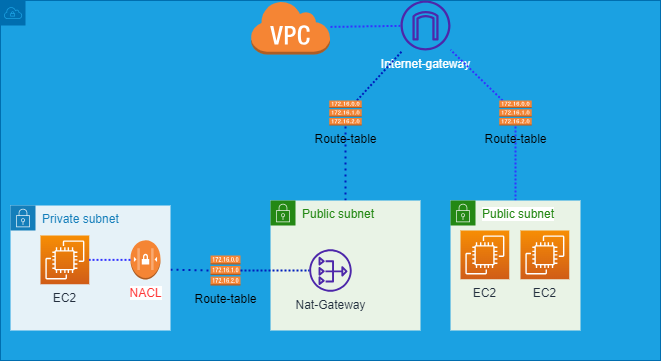
Earlier version of the draw.io export Full Deployment/aws.drawio.png (EzioDEVio/terraform-functions-tutorial). Source tidied: cells renumbered, new cells last; positions are measured from the earlier drawing's top-left corner, leaving out a move shared by most shapes.
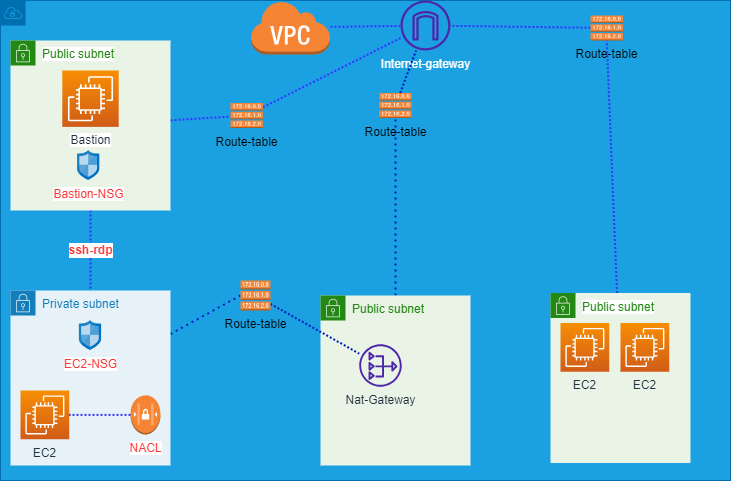
After the change.

Change to the diagram source:
```diff
@@ -3,7 +3,7 @@
     <mxCell id="0" />
     <mxCell id="1" parent="0" />
     <mxCell id="2" style="html=1;whiteSpace=wrap;fontSize=12;fontStyle=0;shape=mxgraph.aws4.group;grIcon=mxgraph.aws4.group_vpc;strokeColor=#006EAF;fillColor=#1ba1e2;verticalAlign=top;align=left;spacingLeft=30;dashed=0;fontColor=#ffffff;" parent="1" vertex="1">
-      <mxGeometry width="660" height="360" as="geometry" />
+      <mxGeometry width="730" height="480" as="geometry" />
     </mxCell>
     <mxCell id="3" style="edgeStyle=none;sketch=0;html=1;dashed=1;dashPattern=1 1;strokeWidth=2;fontColor=#FFFFFF;endArrow=none;endFill=0;strokeColor=#3333FF;" parent="2" edge="1" source="4" target="17">
       <mxGeometry relative="1" as="geometry" />
@@ -15,7 +15,7 @@
       <mxGeometry relative="1" as="geometry" />
     </mxCell>
     <mxCell id="6" value="Public subnet" style="points=[[0,0],[0.25,0],[0.5,0],[0.75,0],[1,0],[1,0.25],[1,0.5],[1,0.75],[1,1],[0.75,1],[0.5,1],[0.25,1],[0,1],[0,0.75],[0,0.5],[0,0.25]];outlineConnect=0;gradientColor=none;html=1;whiteSpace=wrap;fontSize=12;fontStyle=0;shape=mxgraph.aws4.group;grIcon=mxgraph.aws4.group_security_group;grStroke=0;strokeColor=#248814;fillColor=#E9F3E6;verticalAlign=top;align=left;spacingLeft=30;fontColor=#248814;dashed=0;" parent="2" vertex="1">
-      <mxGeometry x="270" y="200" width="150" height="130" as="geometry" />
+      <mxGeometry x="320" y="295" width="150" height="170" as="geometry" />
     </mxCell>
     <mxCell id="7" value="Nat-Gateway" style="sketch=0;outlineConnect=0;fontColor=#232F3E;gradientColor=none;fillColor=#4D27AA;strokeColor=none;dashed=0;verticalLabelPosition=bottom;verticalAlign=top;align=center;html=1;fontSize=12;fontStyle=0;shape=mxgraph.aws4.nat_gateway;" parent="6" vertex="1">
       <mxGeometry x="38.8" y="48.8" width="42.5" height="42.5" as="geometry" />
@@ -24,28 +24,31 @@
       <mxGeometry relative="1" as="geometry" />
     </mxCell>
     <mxCell id="9" value="Private subnet" style="points=[[0,0],[0.25,0],[0.5,0],[0.75,0],[1,0],[1,0.25],[1,0.5],[1,0.75],[1,1],[0.75,1],[0.5,1],[0.25,1],[0,1],[0,0.75],[0,0.5],[0,0.25]];outlineConnect=0;gradientColor=none;html=1;whiteSpace=wrap;fontSize=12;fontStyle=0;shape=mxgraph.aws4.group;grIcon=mxgraph.aws4.group_security_group;grStroke=0;strokeColor=#147EBA;fillColor=#E6F2F8;verticalAlign=top;align=left;spacingLeft=30;fontColor=#147EBA;dashed=0;" parent="2" vertex="1">
-      <mxGeometry x="10" y="205" width="160" height="125" as="geometry" />
+      <mxGeometry x="10" y="290" width="160" height="175" as="geometry" />
     </mxCell>
     <mxCell id="10" value="EC2" style="sketch=0;points=[[0,0,0],[0.25,0,0],[0.5,0,0],[0.75,0,0],[1,0,0],[0,1,0],[0.25,1,0],[0.5,1,0],[0.75,1,0],[1,1,0],[0,0.25,0],[0,0.5,0],[0,0.75,0],[1,0.25,0],[1,0.5,0],[1,0.75,0]];outlineConnect=0;fontColor=#232F3E;gradientColor=#F78E04;gradientDirection=north;fillColor=#D05C17;strokeColor=#ffffff;dashed=0;verticalLabelPosition=bottom;verticalAlign=top;align=center;html=1;fontSize=12;fontStyle=0;shape=mxgraph.aws4.resourceIcon;resIcon=mxgraph.aws4.ec2;" parent="9" vertex="1">
-      <mxGeometry x="30" y="30" width="48.8" height="48.8" as="geometry" />
+      <mxGeometry x="10" y="100" width="48.8" height="48.8" as="geometry" />
     </mxCell>
     <mxCell id="11" style="edgeStyle=none;sketch=0;html=1;dashed=1;dashPattern=1 1;strokeColor=#3333FF;strokeWidth=2;fontColor=#FFFFFF;endArrow=none;endFill=0;" parent="9" edge="1" source="12" target="10">
       <mxGeometry relative="1" as="geometry" />
     </mxCell>
     <mxCell id="12" value="&lt;font style=&quot;background-color: rgb(255, 255, 255);&quot; color=&quot;#ff3333&quot;&gt;NACL&lt;/font&gt;" style="outlineConnect=0;dashed=0;verticalLabelPosition=bottom;verticalAlign=top;align=center;html=1;shape=mxgraph.aws3.network_access_controllist;fillColor=#F58534;gradientColor=none;labelBackgroundColor=#000000;fontColor=#FFFFFF;" parent="9" vertex="1">
-      <mxGeometry x="120" y="34.7" width="30" height="39.4" as="geometry" />
+      <mxGeometry x="120" y="104.7" width="30" height="39.4" as="geometry" />
     </mxCell>
+    <mxCell id="24" value="EC2-NSG" style="sketch=0;html=1;align=center;image;fontSize=12;image=img/lib/mscae/Network_Security_Groups_Classic.svg;labelBackgroundColor=#FFFFFF;fontColor=#FF3333;gradientColor=default;" parent="9" vertex="1">
+      <mxGeometry x="68.9" y="30" width="22.2" height="30" as="geometry" />
+    </mxCell>
     <mxCell id="13" style="edgeStyle=none;html=1;dashed=1;dashPattern=1 1;strokeWidth=2;fillColor=#0050ef;strokeColor=#001DBC;endArrow=none;endFill=0;" parent="2" edge="1" source="14" target="4">
       <mxGeometry relative="1" as="geometry" />
     </mxCell>
     <mxCell id="14" value="Route-table" style="outlineConnect=0;dashed=0;verticalLabelPosition=bottom;verticalAlign=top;align=center;html=1;shape=mxgraph.aws3.route_table;fillColor=#F58536;gradientColor=none;" parent="2" vertex="1">
-      <mxGeometry x="328.8" y="100" width="32.5" height="25" as="geometry" />
+      <mxGeometry x="378.8" y="92.5" width="32.5" height="25" as="geometry" />
     </mxCell>
     <mxCell id="15" style="edgeStyle=none;html=1;dashed=1;dashPattern=1 1;strokeWidth=2;fillColor=#0050ef;strokeColor=#001DBC;endArrow=none;endFill=0;" parent="2" edge="1" source="16" target="7">
       <mxGeometry relative="1" as="geometry" />
     </mxCell>
     <mxCell id="16" value="Route-table" style="outlineConnect=0;dashed=0;verticalLabelPosition=bottom;verticalAlign=top;align=center;html=1;shape=mxgraph.aws3.route_table;fillColor=#F58536;gradientColor=none;" parent="2" vertex="1">
-      <mxGeometry x="210" y="255" width="30" height="30" as="geometry" />
+      <mxGeometry x="240" y="280" width="30" height="30" as="geometry" />
     </mxCell>
     <mxCell id="17" style="outlineConnect=0;dashed=0;verticalLabelPosition=bottom;verticalAlign=top;align=center;html=1;shape=mxgraph.aws3.virtual_private_cloud;fillColor=#F58534;gradientColor=none;labelBackgroundColor=#000000;fontColor=#FFFFFF;" parent="2" vertex="1">
       <mxGeometry x="250" width="79.5" height="54" as="geometry" />
@@ -54,7 +57,7 @@
       <mxGeometry relative="1" as="geometry" />
     </mxCell>
     <mxCell id="19" value="&lt;span style=&quot;background-color: rgb(255, 255, 255);&quot;&gt;Public subnet&lt;/span&gt;" style="points=[[0,0],[0.25,0],[0.5,0],[0.75,0],[1,0],[1,0.25],[1,0.5],[1,0.75],[1,1],[0.75,1],[0.5,1],[0.25,1],[0,1],[0,0.75],[0,0.5],[0,0.25]];outlineConnect=0;gradientColor=none;html=1;whiteSpace=wrap;fontSize=12;fontStyle=0;shape=mxgraph.aws4.group;grIcon=mxgraph.aws4.group_security_group;grStroke=0;strokeColor=#248814;fillColor=#E9F3E6;verticalAlign=top;align=left;spacingLeft=30;fontColor=#248814;dashed=0;labelBackgroundColor=#000000;" parent="2" vertex="1">
-      <mxGeometry x="450" y="200" width="130" height="130" as="geometry" />
+      <mxGeometry x="550" y="292.5" width="140" height="170" as="geometry" />
     </mxCell>
     <mxCell id="20" value="EC2" style="sketch=0;fontColor=#232F3E;gradientColor=#F78E04;gradientDirection=north;fillColor=#D05C17;strokeColor=#ffffff;dashed=0;verticalLabelPosition=bottom;verticalAlign=top;align=center;html=1;fontSize=12;fontStyle=0;shape=mxgraph.aws4.resourceIcon;resIcon=mxgraph.aws4.ec2;" parent="19" vertex="1">
       <mxGeometry x="70" y="30" width="48.8" height="48.8" as="geometry" />
@@ -66,7 +69,28 @@
       <mxGeometry relative="1" as="geometry" />
     </mxCell>
     <mxCell id="23" value="Route-table" style="outlineConnect=0;dashed=0;verticalLabelPosition=bottom;verticalAlign=top;align=center;html=1;shape=mxgraph.aws3.route_table;fillColor=#F58536;gradientColor=none;" parent="2" vertex="1">
-      <mxGeometry x="498.8" y="100" width="32.5" height="25" as="geometry" />
+      <mxGeometry x="590" y="15" width="32.5" height="25" as="geometry" />
     </mxCell>
+    <mxCell id="25" value="&lt;span style=&quot;background-color: rgb(255, 255, 255);&quot;&gt;&lt;b&gt;&lt;font style=&quot;font-size: 12px;&quot;&gt;ssh-rdp&lt;/font&gt;&lt;/b&gt;&lt;/span&gt;" style="edgeStyle=none;sketch=0;html=1;entryX=0.5;entryY=0;entryDx=0;entryDy=0;dashed=1;dashPattern=1 1;strokeColor=#3333FF;strokeWidth=2;fontColor=#FF3333;endArrow=none;endFill=0;" parent="2" edge="1" source="27" target="9">
+      <mxGeometry relative="1" as="geometry" />
+    </mxCell>
+    <mxCell id="26" style="edgeStyle=none;sketch=0;html=1;dashed=1;dashPattern=1 1;labelBackgroundColor=#FFFFFF;strokeColor=#3333FF;strokeWidth=2;fontSize=12;fontColor=#FF0000;endArrow=none;endFill=0;" parent="2" edge="1" source="27" target="31">
+      <mxGeometry relative="1" as="geometry" />
+    </mxCell>
+    <mxCell id="27" value="&lt;span style=&quot;background-color: rgb(255, 255, 255);&quot;&gt;Public subnet&lt;/span&gt;" style="points=[[0,0],[0.25,0],[0.5,0],[0.75,0],[1,0],[1,0.25],[1,0.5],[1,0.75],[1,1],[0.75,1],[0.5,1],[0.25,1],[0,1],[0,0.75],[0,0.5],[0,0.25]];outlineConnect=0;gradientColor=none;html=1;whiteSpace=wrap;fontSize=12;fontStyle=0;shape=mxgraph.aws4.group;grIcon=mxgraph.aws4.group_security_group;grStroke=0;strokeColor=#248814;fillColor=#E9F3E6;verticalAlign=top;align=left;spacingLeft=30;fontColor=#248814;dashed=0;labelBackgroundColor=#000000;" parent="2" vertex="1">
+      <mxGeometry x="10" y="40" width="160" height="170" as="geometry" />
+    </mxCell>
+    <mxCell id="28" value="Bastion" style="sketch=0;fontColor=#232F3E;gradientColor=#F78E04;gradientDirection=north;fillColor=#D05C17;strokeColor=#ffffff;dashed=0;verticalLabelPosition=bottom;verticalAlign=top;align=center;html=1;fontSize=12;fontStyle=0;shape=mxgraph.aws4.resourceIcon;resIcon=mxgraph.aws4.ec2;labelBackgroundColor=#FFFFFF;" parent="27" vertex="1">
+      <mxGeometry x="51.8" y="30" width="56.4" height="56.4" as="geometry" />
+    </mxCell>
+    <mxCell id="29" value="Bastion-NSG" style="sketch=0;html=1;align=center;image;fontSize=12;image=img/lib/mscae/Network_Security_Groups_Classic.svg;labelBackgroundColor=#FFFFFF;fontColor=#FF3333;gradientColor=default;" parent="27" vertex="1">
+      <mxGeometry x="67.1" y="110" width="22.2" height="30" as="geometry" />
+    </mxCell>
+    <mxCell id="30" style="edgeStyle=none;sketch=0;html=1;dashed=1;dashPattern=1 1;labelBackgroundColor=#FFFFFF;strokeColor=#3333FF;strokeWidth=2;fontSize=12;fontColor=#FF0000;endArrow=none;endFill=0;" parent="2" edge="1" source="31" target="4">
+      <mxGeometry relative="1" as="geometry" />
+    </mxCell>
+    <mxCell id="31" value="Route-table" style="outlineConnect=0;dashed=0;verticalLabelPosition=bottom;verticalAlign=top;align=center;html=1;shape=mxgraph.aws3.route_table;fillColor=#F58536;gradientColor=none;" parent="2" vertex="1">
+      <mxGeometry x="230" y="102.5" width="32.5" height="25" as="geometry" />
+    </mxCell>
   </root>
 </mxGraphModel>
```
